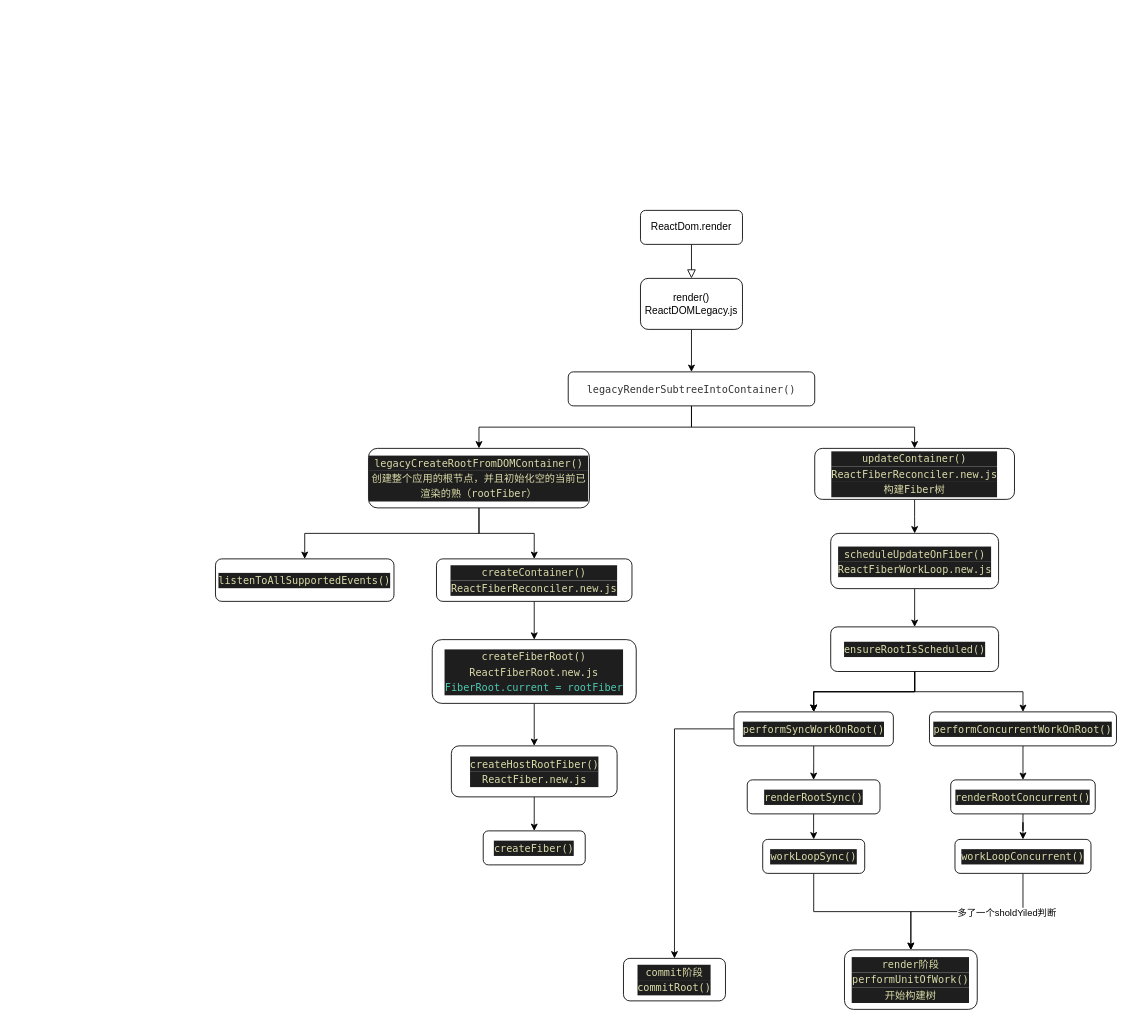
This is page "render调用关系" (1 of 3) of Untitled Diagram.drawio from damoOnly/school, a draw.io file, before an edit. Source tidied: cells renumbered, new cells numbered last; positions are measured from the earlier drawing's top-left corner, leaving out a move shared by most shapes. Both pictures are drawn from the tidied source at 85%, with x=0, y=0 at pixel (215, 210).
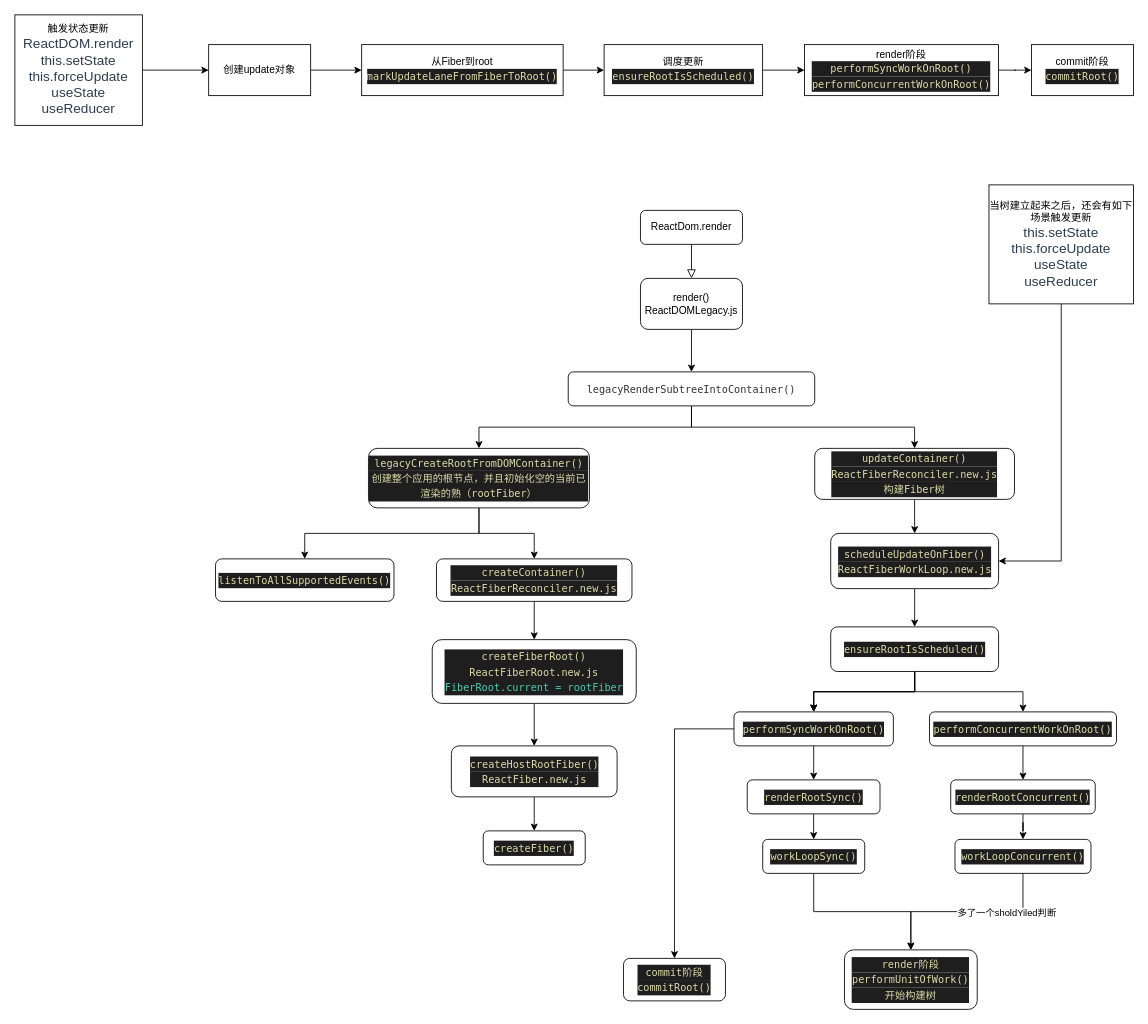
After the change.

Unchanged cells that the change refers to:
```xml
<mxCell id="23" value="&lt;div style=&quot;color: rgb(212 , 212 , 212) ; background-color: rgb(30 , 30 , 30) ; font-family: &amp;#34;menlo&amp;#34; , &amp;#34;monaco&amp;#34; , &amp;#34;courier new&amp;#34; , monospace ; line-height: 18px&quot;&gt;&lt;span style=&quot;color: #dcdcaa&quot;&gt;scheduleUpdateOnFiber()&lt;/span&gt;&lt;/div&gt;&lt;div style=&quot;background-color: rgb(30 , 30 , 30) ; line-height: 18px&quot;&gt;&lt;font color=&quot;#dcdcaa&quot; face=&quot;Menlo, Monaco, Courier New, monospace&quot;&gt;ReactFiberWorkLoop.new.js&lt;/font&gt;&lt;br&gt;&lt;/div&gt;" style="whiteSpace=wrap;html=1;rounded=1;" parent="1" vertex="1">
  <mxGeometry x="723.8" y="380" width="197.5" height="65" as="geometry" />
</mxCell>
```

The edit, as a diff of the source:
```diff
@@
+    <mxCell id="45" style="edgeStyle=orthogonalEdgeStyle;rounded=0;jettySize=auto;html=1;entryX=1;entryY=0.5;entryDx=0;entryDy=0;" parent="1" edge="1" source="46" target="23">
+      <mxGeometry relative="1" as="geometry" />
+    </mxCell>
+    <mxCell id="46" value="当树建立起来之后，还会有如下场景触发更新&lt;br&gt;&lt;span style=&quot;color: rgb(44 , 62 , 80) ; font-size: 16px&quot;&gt;this.setState&lt;br&gt;&lt;/span&gt;&lt;span style=&quot;color: rgb(44 , 62 , 80) ; font-size: 16px&quot;&gt;this.forceUpdate&lt;br&gt;&lt;/span&gt;&lt;span style=&quot;color: rgb(44 , 62 , 80) ; font-size: 16px&quot;&gt;useState&lt;br&gt;&lt;/span&gt;&lt;span style=&quot;color: rgb(44 , 62 , 80) ; font-size: 16px&quot;&gt;useReducer&lt;/span&gt;&lt;span style=&quot;color: rgb(44 , 62 , 80) ; font-size: 16px&quot;&gt;&lt;br&gt;&lt;/span&gt;" style="rounded=0;whiteSpace=wrap;html=1;" parent="1" vertex="1">
+      <mxGeometry x="910" y="-30" width="170" height="140" as="geometry" />
+    </mxCell>
+    <mxCell id="47" style="edgeStyle=orthogonalEdgeStyle;rounded=0;jettySize=auto;html=1;" parent="1" edge="1" source="48" target="50">
+      <mxGeometry relative="1" as="geometry" />
+    </mxCell>
+    <mxCell id="48" value="触发状态更新&lt;span style=&quot;color: rgb(44 , 62 , 80) ; font-family: , &amp;#34;blinkmacsystemfont&amp;#34; , &amp;#34;segoe ui&amp;#34; , &amp;#34;roboto&amp;#34; , &amp;#34;oxygen&amp;#34; , &amp;#34;ubuntu&amp;#34; , &amp;#34;cantarell&amp;#34; , &amp;#34;fira sans&amp;#34; , &amp;#34;droid sans&amp;#34; , &amp;#34;helvetica neue&amp;#34; , sans-serif ; font-size: 16px&quot;&gt;ReactDOM.render&lt;/span&gt;&lt;br&gt;&lt;span style=&quot;color: rgb(44 , 62 , 80) ; font-size: 16px&quot;&gt;this.setState&lt;br&gt;&lt;/span&gt;&lt;span style=&quot;color: rgb(44 , 62 , 80) ; font-size: 16px&quot;&gt;this.forceUpdate&lt;br&gt;&lt;/span&gt;&lt;span style=&quot;color: rgb(44 , 62 , 80) ; font-size: 16px&quot;&gt;useState&lt;br&gt;&lt;/span&gt;&lt;span style=&quot;color: rgb(44 , 62 , 80) ; font-size: 16px&quot;&gt;useReducer&lt;/span&gt;" style="rounded=0;whiteSpace=wrap;html=1;" parent="1" vertex="1">
+      <mxGeometry x="-236" y="-230" width="150" height="130" as="geometry" />
+    </mxCell>
+    <mxCell id="49" style="edgeStyle=orthogonalEdgeStyle;rounded=0;jettySize=auto;html=1;" parent="1" edge="1" source="50" target="52">
+      <mxGeometry relative="1" as="geometry" />
+    </mxCell>
+    <mxCell id="50" value="创建update对象" style="whiteSpace=wrap;html=1;rounded=0;" parent="1" vertex="1">
+      <mxGeometry x="-8" y="-195" width="120" height="60" as="geometry" />
+    </mxCell>
+    <mxCell id="51" style="edgeStyle=orthogonalEdgeStyle;rounded=0;jettySize=auto;html=1;" parent="1" edge="1" source="52" target="54">
+      <mxGeometry relative="1" as="geometry" />
+    </mxCell>
+    <mxCell id="52" value="从Fiber到root&lt;br&gt;&lt;div style=&quot;color: rgb(212 , 212 , 212) ; background-color: rgb(30 , 30 , 30) ; font-family: &amp;#34;menlo&amp;#34; , &amp;#34;monaco&amp;#34; , &amp;#34;courier new&amp;#34; , monospace ; line-height: 18px&quot;&gt;&lt;span style=&quot;color: #dcdcaa&quot;&gt;markUpdateLaneFromFiberToRoot()&lt;/span&gt;&lt;/div&gt;" style="whiteSpace=wrap;html=1;rounded=0;" parent="1" vertex="1">
+      <mxGeometry x="172" y="-195" width="237" height="60" as="geometry" />
+    </mxCell>
+    <mxCell id="53" style="edgeStyle=orthogonalEdgeStyle;rounded=0;jettySize=auto;html=1;" parent="1" edge="1" source="54" target="56">
+      <mxGeometry relative="1" as="geometry" />
+    </mxCell>
+    <mxCell id="54" value="调度更新&lt;br&gt;&lt;div style=&quot;color: rgb(212 , 212 , 212) ; background-color: rgb(30 , 30 , 30) ; font-family: &amp;#34;menlo&amp;#34; , &amp;#34;monaco&amp;#34; , &amp;#34;courier new&amp;#34; , monospace ; line-height: 18px&quot;&gt;&lt;span style=&quot;color: #dcdcaa&quot;&gt;ensureRootIsScheduled()&lt;/span&gt;&lt;/div&gt;" style="whiteSpace=wrap;html=1;rounded=0;" parent="1" vertex="1">
+      <mxGeometry x="457.2" y="-195" width="186.5" height="60" as="geometry" />
+    </mxCell>
+    <mxCell id="55" style="edgeStyle=orthogonalEdgeStyle;rounded=0;jettySize=auto;html=1;" parent="1" edge="1" source="56" target="57">
+      <mxGeometry relative="1" as="geometry" />
+    </mxCell>
+    <mxCell id="56" value="render阶段&lt;br&gt;&lt;div style=&quot;color: rgb(212 , 212 , 212) ; background-color: rgb(30 , 30 , 30) ; font-family: &amp;#34;menlo&amp;#34; , &amp;#34;monaco&amp;#34; , &amp;#34;courier new&amp;#34; , monospace ; line-height: 18px&quot;&gt;&lt;span style=&quot;color: #dcdcaa&quot;&gt;performSyncWorkOnRoot()&lt;/span&gt;&lt;/div&gt;&lt;div style=&quot;color: rgb(212 , 212 , 212) ; background-color: rgb(30 , 30 , 30) ; font-family: &amp;#34;menlo&amp;#34; , &amp;#34;monaco&amp;#34; , &amp;#34;courier new&amp;#34; , monospace ; line-height: 18px&quot;&gt;&lt;div style=&quot;line-height: 18px&quot;&gt;&lt;span style=&quot;color: #dcdcaa&quot;&gt;performConcurrentWorkOnRoot()&lt;/span&gt;&lt;/div&gt;&lt;/div&gt;" style="whiteSpace=wrap;html=1;rounded=0;" parent="1" vertex="1">
+      <mxGeometry x="693" y="-195" width="228.2" height="60" as="geometry" />
+    </mxCell>
+    <mxCell id="57" value="commit阶段&lt;br&gt;&lt;div style=&quot;color: rgb(212 , 212 , 212) ; background-color: rgb(30 , 30 , 30) ; font-family: &amp;#34;menlo&amp;#34; , &amp;#34;monaco&amp;#34; , &amp;#34;courier new&amp;#34; , monospace ; line-height: 18px&quot;&gt;&lt;span style=&quot;color: #dcdcaa&quot;&gt;commitRoot()&lt;/span&gt;&lt;/div&gt;" style="whiteSpace=wrap;html=1;rounded=0;" parent="1" vertex="1">
+      <mxGeometry x="960" y="-195" width="120" height="60" as="geometry" />
+    </mxCell>
```
